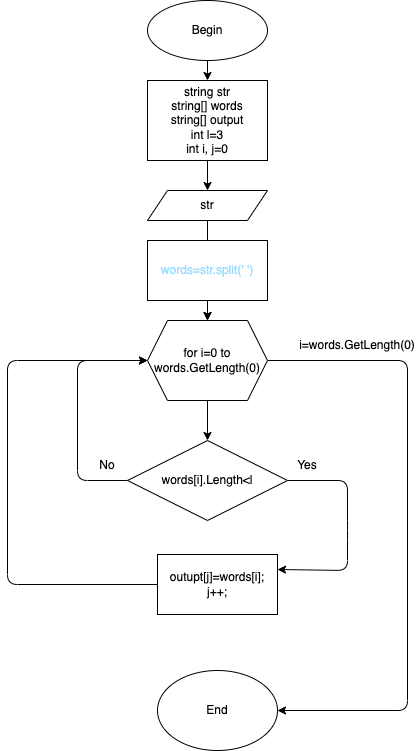
The draw.io diagram kontrolnaya.drawio.png in Stas008/Kontrolnaya, before a commit. Source tidied: cells renumbered, new cells last; positions are measured from the earlier drawing's top-left corner, leaving out a move shared by most shapes. The source it was exported from:
```xml
<mxGraphModel>
  <root>
    <mxCell id="0" />
    <mxCell id="1" parent="0" />
    <mxCell id="2" style="edgeStyle=none;html=1;" parent="1" edge="1" source="3" target="5">
      <mxGeometry relative="1" as="geometry" />
    </mxCell>
    <mxCell id="3" value="Begin" style="ellipse;whiteSpace=wrap;html=1;" parent="1" vertex="1">
      <mxGeometry x="140" width="120" height="60" as="geometry" />
    </mxCell>
    <mxCell id="4" style="edgeStyle=none;html=1;" parent="1" edge="1" source="5" target="7">
      <mxGeometry relative="1" as="geometry" />
    </mxCell>
    <mxCell id="5" value="string str&lt;br&gt;string[] words&lt;br&gt;string[] output&lt;br&gt;int l=3&lt;br&gt;int i, j=0" style="rounded=0;whiteSpace=wrap;html=1;" parent="1" vertex="1">
      <mxGeometry x="140" y="80" width="120" height="80" as="geometry" />
    </mxCell>
    <mxCell id="6" style="edgeStyle=none;html=1;" parent="1" edge="1" source="7" target="12">
      <mxGeometry relative="1" as="geometry" />
    </mxCell>
    <mxCell id="7" value="str" style="shape=parallelogram;perimeter=parallelogramPerimeter;whiteSpace=wrap;html=1;fixedSize=1;" parent="1" vertex="1">
      <mxGeometry x="140" y="190" width="120" height="30" as="geometry" />
    </mxCell>
    <mxCell id="8" style="edgeStyle=none;html=1;" parent="1" edge="1" source="9" target="12">
      <mxGeometry relative="1" as="geometry" />
    </mxCell>
    <mxCell id="9" value="&lt;font color=&quot;#9cdcfe&quot;&gt;words=str.split(' ')&lt;/font&gt;" style="rounded=0;whiteSpace=wrap;html=1;" parent="1" vertex="1">
      <mxGeometry x="140" y="240" width="120" height="60" as="geometry" />
    </mxCell>
    <mxCell id="10" style="edgeStyle=none;html=1;" parent="1" edge="1" source="12" target="15">
      <mxGeometry relative="1" as="geometry" />
    </mxCell>
    <mxCell id="11" style="edgeStyle=none;html=1;entryX=1;entryY=0.5;entryDx=0;entryDy=0;" parent="1" edge="1" source="12" target="18">
      <mxGeometry relative="1" as="geometry">
        <Array as="points">
          <mxPoint x="400" y="360" />
          <mxPoint x="400" y="710" />
        </Array>
      </mxGeometry>
    </mxCell>
    <mxCell id="12" value="for i=0 to words.GetLength(0)" style="shape=hexagon;perimeter=hexagonPerimeter2;whiteSpace=wrap;html=1;fixedSize=1;" parent="1" vertex="1">
      <mxGeometry x="140" y="320" width="120" height="80" as="geometry" />
    </mxCell>
    <mxCell id="13" style="edgeStyle=none;html=1;entryX=1;entryY=0.25;entryDx=0;entryDy=0;" parent="1" edge="1" source="15" target="17">
      <mxGeometry relative="1" as="geometry">
        <Array as="points">
          <mxPoint x="340" y="480" />
          <mxPoint x="340" y="530" />
          <mxPoint x="340" y="570" />
        </Array>
      </mxGeometry>
    </mxCell>
    <mxCell id="14" style="edgeStyle=none;html=1;exitX=0;exitY=0.5;exitDx=0;exitDy=0;entryX=0;entryY=0.5;entryDx=0;entryDy=0;" parent="1" edge="1" source="15" target="12">
      <mxGeometry relative="1" as="geometry">
        <Array as="points">
          <mxPoint x="70" y="480" />
          <mxPoint x="70" y="360" />
        </Array>
      </mxGeometry>
    </mxCell>
    <mxCell id="15" value="words[i].Length&amp;lt;l" style="rhombus;whiteSpace=wrap;html=1;" parent="1" vertex="1">
      <mxGeometry x="120" y="440" width="160" height="80" as="geometry" />
    </mxCell>
    <mxCell id="16" style="edgeStyle=none;html=1;exitX=0;exitY=0.5;exitDx=0;exitDy=0;entryX=0;entryY=0.5;entryDx=0;entryDy=0;" parent="1" edge="1">
      <mxGeometry relative="1" as="geometry">
        <mxPoint x="150" y="584" as="sourcePoint" />
        <mxPoint x="140" y="360" as="targetPoint" />
        <Array as="points">
          <mxPoint y="584" />
          <mxPoint y="360" />
        </Array>
      </mxGeometry>
    </mxCell>
    <mxCell id="17" value="outupt[j]=words[i];&lt;br&gt;j++;" style="rounded=0;whiteSpace=wrap;html=1;" parent="1" vertex="1">
      <mxGeometry x="150" y="554" width="120" height="60" as="geometry" />
    </mxCell>
    <mxCell id="18" value="End" style="ellipse;whiteSpace=wrap;html=1;" parent="1" vertex="1">
      <mxGeometry x="150" y="670" width="120" height="80" as="geometry" />
    </mxCell>
    <mxCell id="19" value="Yes" style="text;html=1;strokeColor=none;fillColor=none;align=center;verticalAlign=middle;whiteSpace=wrap;rounded=0;" parent="1" vertex="1">
      <mxGeometry x="270" y="450" width="60" height="30" as="geometry" />
    </mxCell>
    <mxCell id="20" value="No" style="text;html=1;strokeColor=none;fillColor=none;align=center;verticalAlign=middle;whiteSpace=wrap;rounded=0;" parent="1" vertex="1">
      <mxGeometry x="70" y="450" width="60" height="30" as="geometry" />
    </mxCell>
    <mxCell id="21" value="i=words.GetLength(0)" style="text;html=1;strokeColor=none;fillColor=none;align=center;verticalAlign=middle;whiteSpace=wrap;rounded=0;" parent="1" vertex="1">
      <mxGeometry x="320" y="330" width="60" height="30" as="geometry" />
    </mxCell>
  </root>
</mxGraphModel>
```
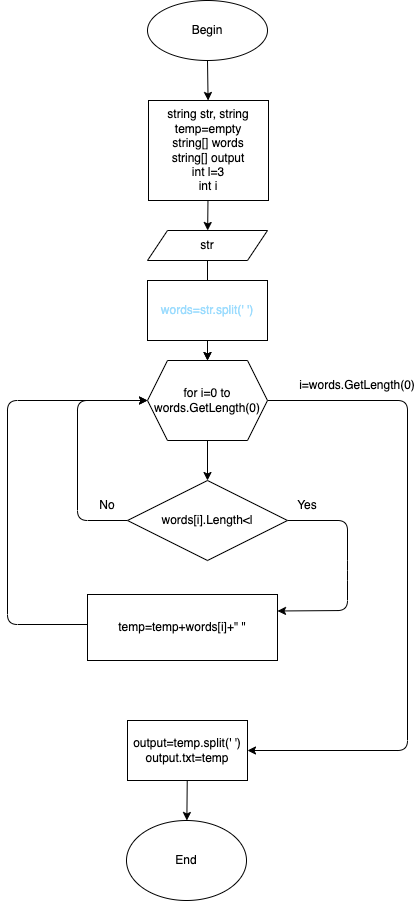
Above is the later version.

Commit message:
Апдэйт блок схемы

Diff of the diagram source:
```diff
@@ -6,13 +6,13 @@
       <mxGeometry relative="1" as="geometry" />
     </mxCell>
     <mxCell id="3" value="Begin" style="ellipse;whiteSpace=wrap;html=1;" parent="1" vertex="1">
-      <mxGeometry x="140" width="120" height="60" as="geometry" />
+      <mxGeometry x="140" y="-40" width="120" height="60" as="geometry" />
     </mxCell>
     <mxCell id="4" style="edgeStyle=none;html=1;" parent="1" edge="1" source="5" target="7">
       <mxGeometry relative="1" as="geometry" />
     </mxCell>
-    <mxCell id="5" value="string str&lt;br&gt;string[] words&lt;br&gt;string[] output&lt;br&gt;int l=3&lt;br&gt;int i, j=0" style="rounded=0;whiteSpace=wrap;html=1;" parent="1" vertex="1">
-      <mxGeometry x="140" y="80" width="120" height="80" as="geometry" />
+    <mxCell id="5" value="string str, string temp=empty&lt;br&gt;string[] words&lt;br&gt;string[] output&lt;br&gt;int l=3&lt;br&gt;int i" style="rounded=0;whiteSpace=wrap;html=1;" parent="1" vertex="1">
+      <mxGeometry x="141" y="60" width="120" height="100" as="geometry" />
     </mxCell>
     <mxCell id="6" style="edgeStyle=none;html=1;" parent="1" edge="1" source="7" target="12">
       <mxGeometry relative="1" as="geometry" />
@@ -29,7 +29,7 @@
     <mxCell id="10" style="edgeStyle=none;html=1;" parent="1" edge="1" source="12" target="15">
       <mxGeometry relative="1" as="geometry" />
     </mxCell>
-    <mxCell id="11" style="edgeStyle=none;html=1;entryX=1;entryY=0.5;entryDx=0;entryDy=0;" parent="1" edge="1" source="12" target="18">
+    <mxCell id="11" style="edgeStyle=none;html=1;" parent="1" edge="1" source="12" target="23">
       <mxGeometry relative="1" as="geometry">
         <Array as="points">
           <mxPoint x="400" y="360" />
@@ -70,11 +70,11 @@
         </Array>
       </mxGeometry>
     </mxCell>
-    <mxCell id="17" value="outupt[j]=words[i];&lt;br&gt;j++;" style="rounded=0;whiteSpace=wrap;html=1;" parent="1" vertex="1">
-      <mxGeometry x="150" y="554" width="120" height="60" as="geometry" />
+    <mxCell id="17" value="temp=temp+words[i]+&quot; &quot;" style="rounded=0;whiteSpace=wrap;html=1;" parent="1" vertex="1">
+      <mxGeometry x="80" y="554" width="190" height="66" as="geometry" />
     </mxCell>
     <mxCell id="18" value="End" style="ellipse;whiteSpace=wrap;html=1;" parent="1" vertex="1">
-      <mxGeometry x="150" y="670" width="120" height="80" as="geometry" />
+      <mxGeometry x="119" y="780" width="120" height="80" as="geometry" />
     </mxCell>
     <mxCell id="19" value="Yes" style="text;html=1;strokeColor=none;fillColor=none;align=center;verticalAlign=middle;whiteSpace=wrap;rounded=0;" parent="1" vertex="1">
       <mxGeometry x="270" y="450" width="60" height="30" as="geometry" />
@@ -85,5 +85,11 @@
     <mxCell id="21" value="i=words.GetLength(0)" style="text;html=1;strokeColor=none;fillColor=none;align=center;verticalAlign=middle;whiteSpace=wrap;rounded=0;" parent="1" vertex="1">
       <mxGeometry x="320" y="330" width="60" height="30" as="geometry" />
     </mxCell>
+    <mxCell id="22" style="edgeStyle=none;html=1;" parent="1" edge="1" source="23" target="18">
+      <mxGeometry relative="1" as="geometry" />
+    </mxCell>
+    <mxCell id="23" value="output=temp.split(' ')&lt;br&gt;output.txt=temp" style="rounded=0;whiteSpace=wrap;html=1;" parent="1" vertex="1">
+      <mxGeometry x="120" y="680" width="120" height="60" as="geometry" />
+    </mxCell>
   </root>
 </mxGraphModel>
```
